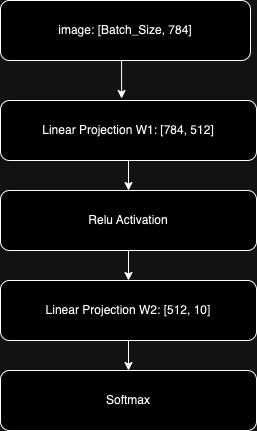
WuyangLI/gpu_specialization_capstone_project keeps this draw.io diagram as data/classifier_structure.png. Above is the earlier version. Source tidied: cells renumbered, new cells last; positions are measured from the earlier drawing's top-left corner, leaving out a move shared by most shapes. The source it was exported from:
```xml
<mxGraphModel>
  <root>
    <mxCell id="0" />
    <mxCell id="1" parent="0" />
    <mxCell id="2" style="edgeStyle=orthogonalEdgeStyle;rounded=0;jettySize=auto;html=1;exitX=0.5;exitY=1;exitDx=0;exitDy=0;entryX=0.5;entryY=0;entryDx=0;entryDy=0;" parent="1" edge="1" source="3" target="5">
      <mxGeometry relative="1" as="geometry" />
    </mxCell>
    <mxCell id="3" value="Linear Projection W1: [784, 512]" style="rounded=1;whiteSpace=wrap;html=1;" parent="1" vertex="1">
      <mxGeometry y="100" width="256" height="60" as="geometry" />
    </mxCell>
    <mxCell id="4" style="edgeStyle=orthogonalEdgeStyle;rounded=0;jettySize=auto;html=1;exitX=0.5;exitY=1;exitDx=0;exitDy=0;entryX=0.5;entryY=0;entryDx=0;entryDy=0;" parent="1" edge="1" source="5" target="7">
      <mxGeometry relative="1" as="geometry" />
    </mxCell>
    <mxCell id="5" value="Relu Activation" style="rounded=1;whiteSpace=wrap;html=1;" parent="1" vertex="1">
      <mxGeometry y="190" width="256" height="60" as="geometry" />
    </mxCell>
    <mxCell id="6" style="edgeStyle=orthogonalEdgeStyle;rounded=0;jettySize=auto;html=1;exitX=0.5;exitY=1;exitDx=0;exitDy=0;entryX=0.5;entryY=0;entryDx=0;entryDy=0;" parent="1" edge="1" source="7" target="8">
      <mxGeometry relative="1" as="geometry" />
    </mxCell>
    <mxCell id="7" value="Linear Projection W2: [512, 10]" style="rounded=1;whiteSpace=wrap;html=1;" parent="1" vertex="1">
      <mxGeometry y="280" width="256" height="60" as="geometry" />
    </mxCell>
    <mxCell id="8" value="Softmax" style="rounded=1;whiteSpace=wrap;html=1;" parent="1" vertex="1">
      <mxGeometry y="370" width="256" height="60" as="geometry" />
    </mxCell>
    <mxCell id="9" value="image: [Batch_Size, 784]" style="rounded=1;whiteSpace=wrap;html=1;" parent="1" vertex="1">
      <mxGeometry width="250" height="60" as="geometry" />
    </mxCell>
    <mxCell id="10" style="edgeStyle=orthogonalEdgeStyle;rounded=0;jettySize=auto;html=1;exitX=0.5;exitY=1;exitDx=0;exitDy=0;entryX=0.473;entryY=-0.033;entryDx=0;entryDy=0;entryPerimeter=0;" parent="1" edge="1" source="9" target="3">
      <mxGeometry relative="1" as="geometry" />
    </mxCell>
  </root>
</mxGraphModel>
```
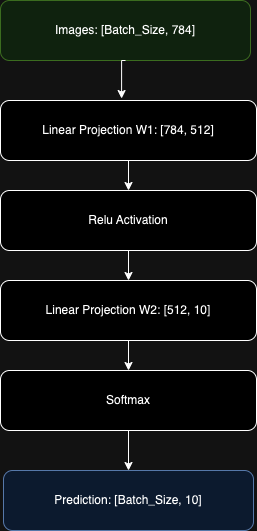
After the change.

The edit, as a diff of the source:
```diff
@@ -20,14 +20,20 @@
     <mxCell id="7" value="Linear Projection W2: [512, 10]" style="rounded=1;whiteSpace=wrap;html=1;" parent="1" vertex="1">
       <mxGeometry y="280" width="256" height="60" as="geometry" />
     </mxCell>
+    <mxCell id="11" style="edgeStyle=orthogonalEdgeStyle;rounded=0;jettySize=auto;html=1;exitX=0.5;exitY=1;exitDx=0;exitDy=0;entryX=0.5;entryY=0;entryDx=0;entryDy=0;" parent="1" edge="1" source="8" target="12">
+      <mxGeometry relative="1" as="geometry" />
+    </mxCell>
     <mxCell id="8" value="Softmax" style="rounded=1;whiteSpace=wrap;html=1;" parent="1" vertex="1">
       <mxGeometry y="370" width="256" height="60" as="geometry" />
     </mxCell>
-    <mxCell id="9" value="image: [Batch_Size, 784]" style="rounded=1;whiteSpace=wrap;html=1;" parent="1" vertex="1">
+    <mxCell id="9" value="Images: [Batch_Size, 784]" style="rounded=1;whiteSpace=wrap;html=1;fillColor=#d5e8d4;strokeColor=#82b366;" parent="1" vertex="1">
       <mxGeometry width="250" height="60" as="geometry" />
     </mxCell>
     <mxCell id="10" style="edgeStyle=orthogonalEdgeStyle;rounded=0;jettySize=auto;html=1;exitX=0.5;exitY=1;exitDx=0;exitDy=0;entryX=0.473;entryY=-0.033;entryDx=0;entryDy=0;entryPerimeter=0;" parent="1" edge="1" source="9" target="3">
       <mxGeometry relative="1" as="geometry" />
     </mxCell>
+    <mxCell id="12" value="Prediction: [Batch_Size, 10]" style="rounded=1;whiteSpace=wrap;html=1;fillColor=#dae8fc;strokeColor=#6c8ebf;" parent="1" vertex="1">
+      <mxGeometry x="3" y="470" width="250" height="60" as="geometry" />
+    </mxCell>
   </root>
 </mxGraphModel>
```
